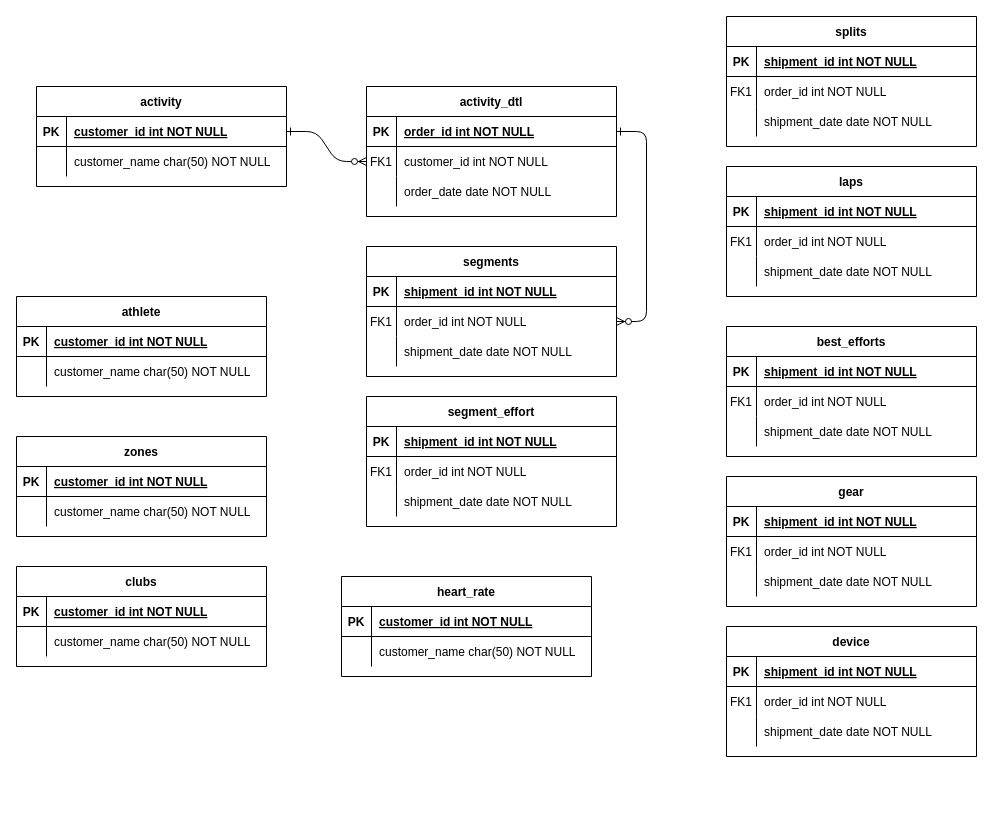
The draw.io diagram ERD.drawio in kferenc3/StravaAPI, before the edit. Source tidied: cells renumbered, new cells numbered last; positions are measured from the earlier drawing's top-left corner, leaving out a move shared by most shapes. Both pictures are drawn from the tidied source at 100%, with x=0, y=0 at pixel (16, 16).
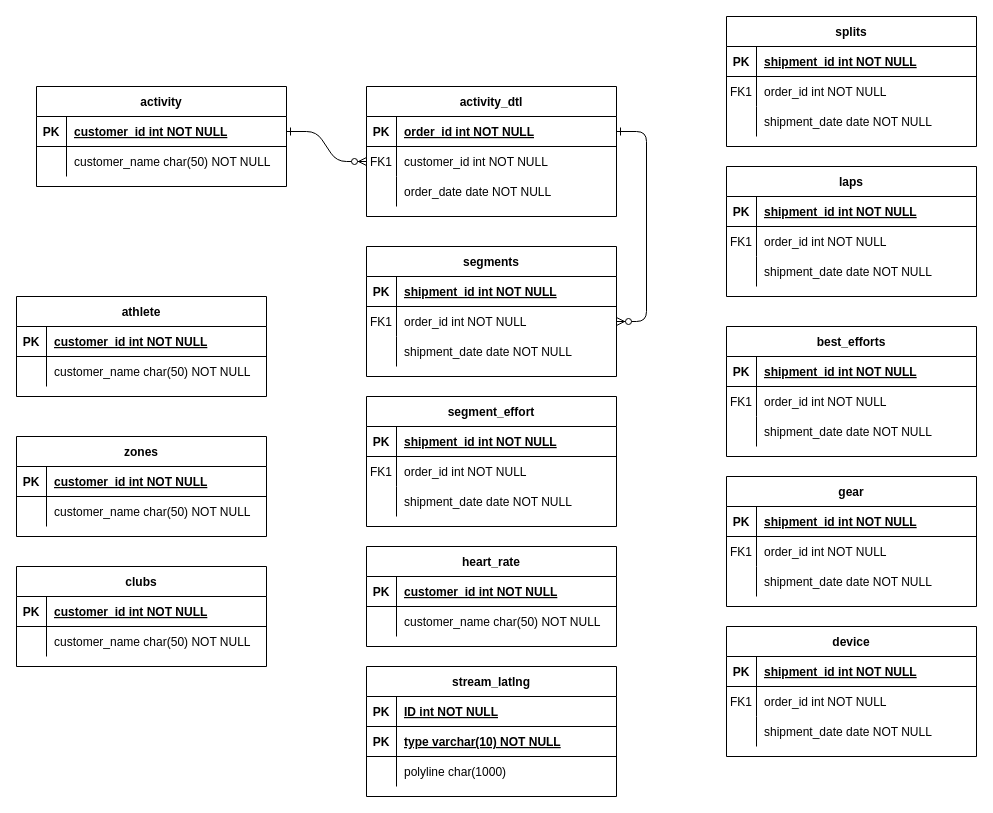
The same diagram, later.

Diff of the diagram source:
```diff
@@
     <mxCell id="112" value="heart_rate" style="shape=table;startSize=30;childLayout=tableLayout;rowLines=0;fontStyle=1;align=center;" parent="1" vertex="1">
-      <mxGeometry x="325" y="560" width="250" height="100" as="geometry" />
+      <mxGeometry x="350" y="530" width="250" height="100" as="geometry" />
     </mxCell>
@@
+    <mxCell id="119" value="stream_latlng" style="shape=table;startSize=30;childLayout=tableLayout;rowLines=0;fontStyle=1;align=center;" parent="1" vertex="1">
+      <mxGeometry x="350" y="650" width="250" height="130" as="geometry" />
+    </mxCell>
+    <mxCell id="120" style="shape=partialRectangle;fillColor=none;top=0;left=0;right=0;bottom=1;" parent="119" vertex="1">
+      <mxGeometry y="30" width="250" height="30" as="geometry" />
+    </mxCell>
+    <mxCell id="121" value="PK" style="shape=partialRectangle;overflow=hidden;fillColor=none;top=0;left=0;bottom=0;right=0;fontStyle=1;" parent="120" vertex="1">
+      <mxGeometry width="30" height="30" as="geometry" />
+    </mxCell>
+    <mxCell id="122" value="ID int NOT NULL" style="shape=partialRectangle;overflow=hidden;fillColor=none;top=0;left=0;bottom=0;right=0;align=left;spacingLeft=6;fontStyle=5;" parent="120" vertex="1">
+      <mxGeometry x="30" width="220" height="30" as="geometry" />
+    </mxCell>
+    <mxCell id="123" style="shape=partialRectangle;fillColor=none;top=0;left=0;right=0;bottom=1;" parent="119" vertex="1">
+      <mxGeometry y="60" width="250" height="30" as="geometry" />
+    </mxCell>
+    <mxCell id="124" value="PK" style="shape=partialRectangle;overflow=hidden;fillColor=none;top=0;left=0;bottom=0;right=0;fontStyle=1;" parent="123" vertex="1">
+      <mxGeometry width="30" height="30" as="geometry" />
+    </mxCell>
+    <mxCell id="125" value="type varchar(10) NOT NULL" style="shape=partialRectangle;overflow=hidden;fillColor=none;top=0;left=0;bottom=0;right=0;align=left;spacingLeft=6;fontStyle=5;" parent="123" vertex="1">
+      <mxGeometry x="30" width="220" height="30" as="geometry" />
+    </mxCell>
+    <mxCell id="126" style="shape=partialRectangle;fillColor=none;top=0;left=0;right=0;bottom=0;" parent="119" vertex="1">
+      <mxGeometry y="90" width="250" height="30" as="geometry" />
+    </mxCell>
+    <mxCell id="127" style="shape=partialRectangle;overflow=hidden;fillColor=none;top=0;left=0;bottom=0;right=0;" parent="126" vertex="1">
+      <mxGeometry width="30" height="30" as="geometry" />
+    </mxCell>
+    <mxCell id="128" value="polyline char(1000)" style="shape=partialRectangle;overflow=hidden;fillColor=none;top=0;left=0;bottom=0;right=0;align=left;spacingLeft=6;" parent="126" vertex="1">
+      <mxGeometry x="30" width="220" height="30" as="geometry" />
+    </mxCell>
```
